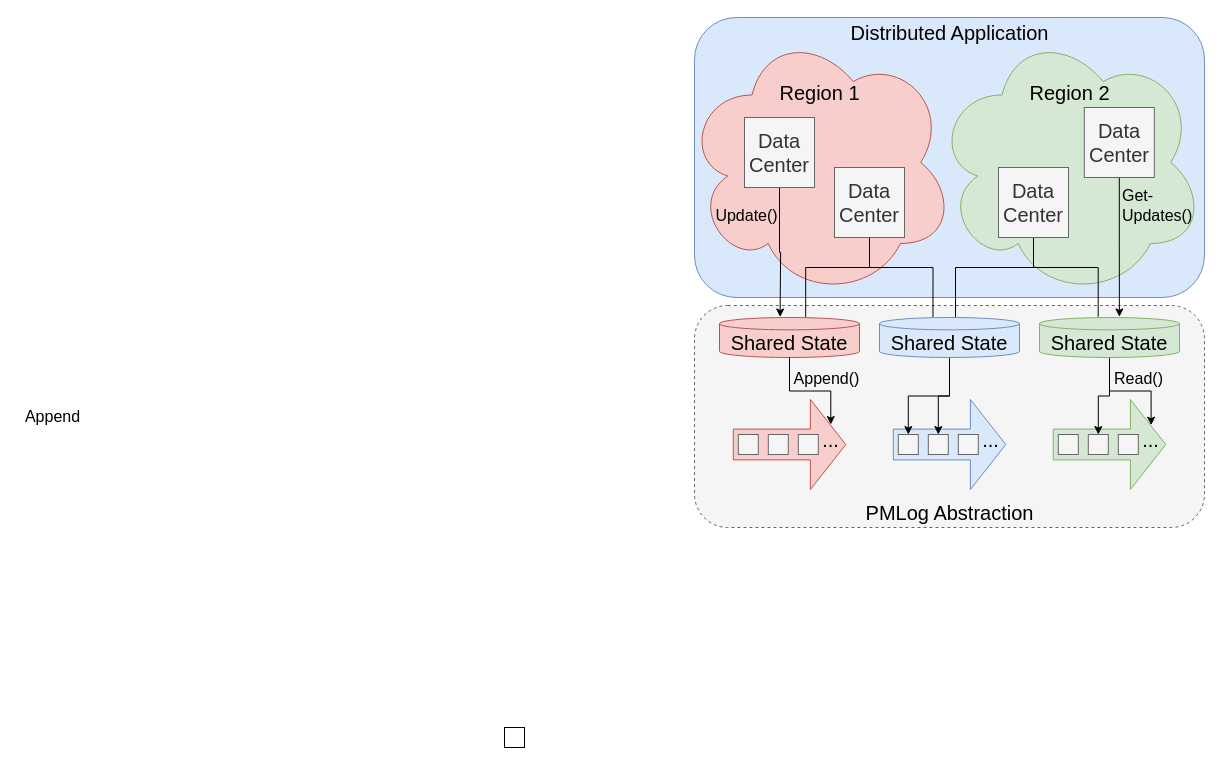
Earlier version of the draw.io diagram docs/abstraction.drawio (nathanieltornow/PMLog). Source tidied: cells renumbered, new cells numbered last; positions are measured from the earlier drawing's top-left corner, leaving out a move shared by most shapes. Both pictures are drawn from the tidied source at 100%, with x=0, y=0 at pixel (17, 17).
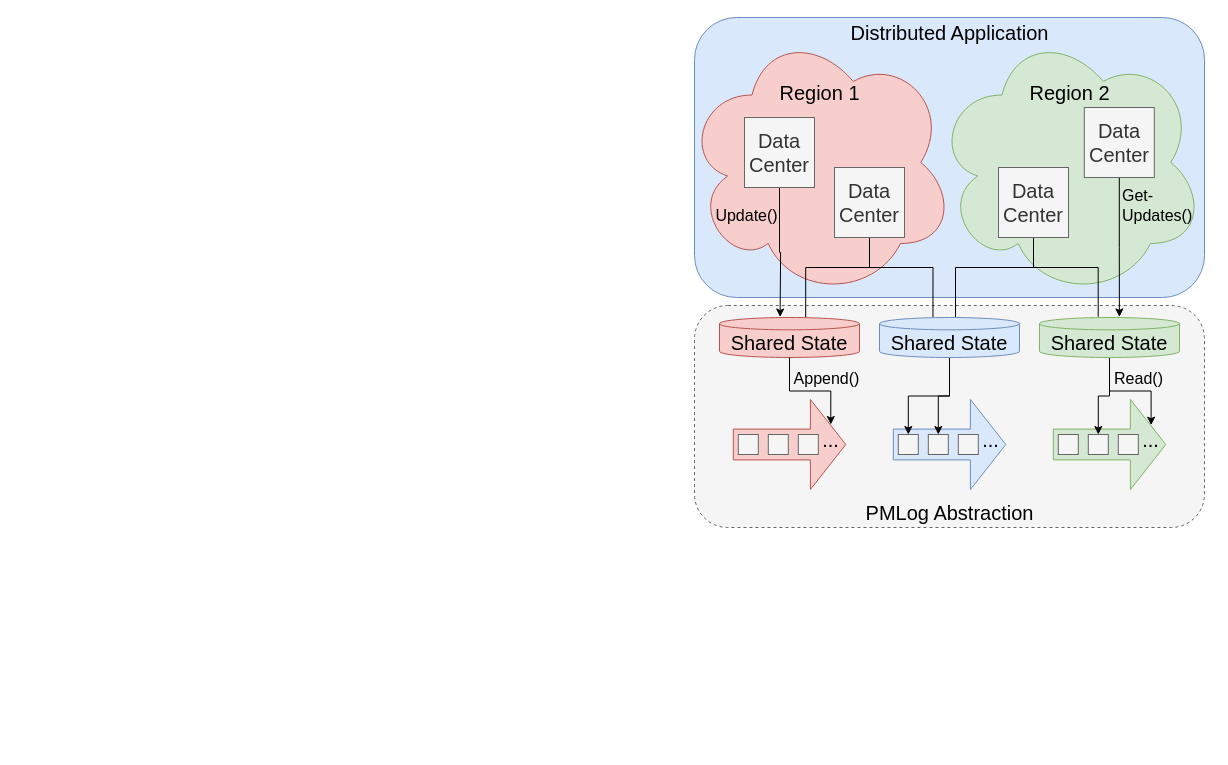
The same page after the edit.

Change to the diagram source:
```diff
@@
-    <mxCell id="29" style="whiteSpace=wrap;html=1;fontSize=20;fillColor=none;" parent="1" vertex="1">
-      <mxGeometry x="487" y="710" width="20" height="20" as="geometry" />
-    </mxCell>
@@
-    <mxCell id="31" value="&lt;font style=&quot;font-size: 16px&quot;&gt;Append&lt;/font&gt;" style="text;html=1;align=center;verticalAlign=middle;strokeColor=none;fillColor=none;fontSize=20;" parent="1" vertex="1">
-      <mxGeometry x="-0.2" y="382" width="70" height="30" as="geometry" />
-    </mxCell>
```
